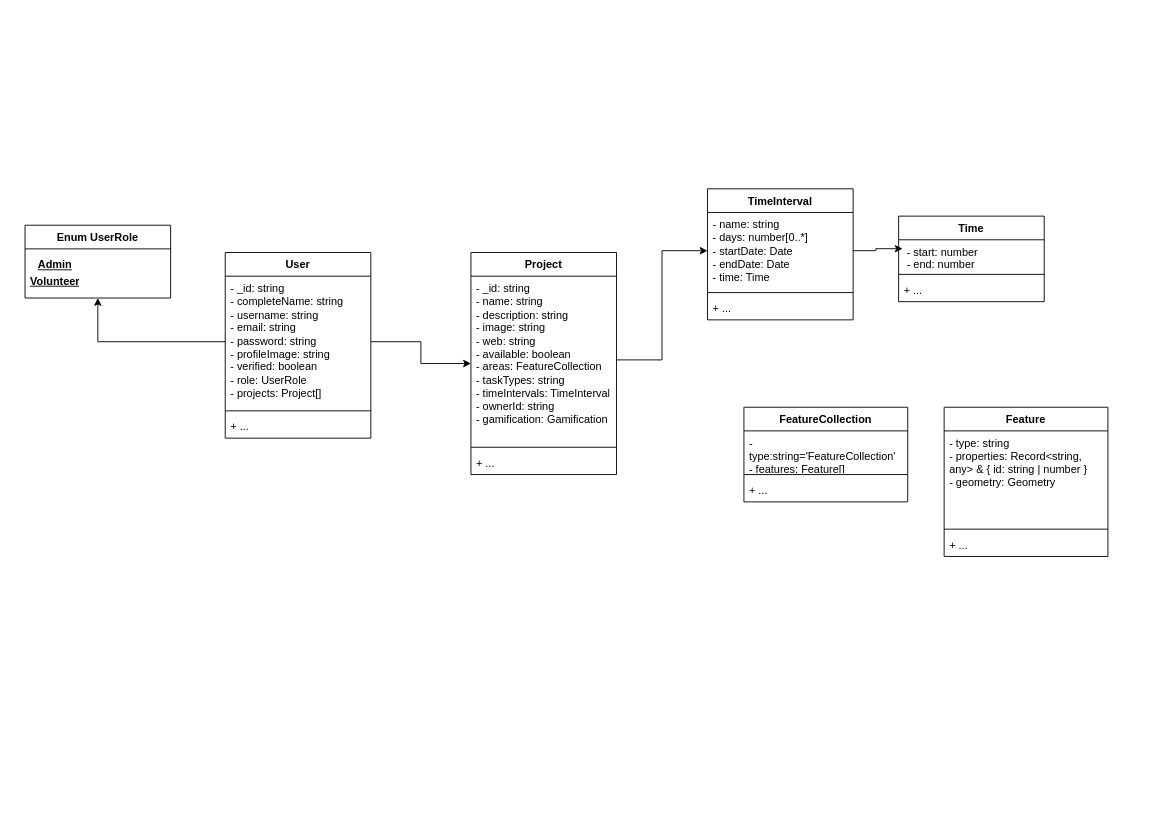
The draw.io diagram Rayuela_diagrams.drawio in nicolas-alv3/glistore-backend, before the edit. Source tidied: cells renumbered, new cells numbered last; positions are measured from the earlier drawing's top-left corner, leaving out a move shared by most shapes. Both pictures are drawn from the tidied source at 91%, with x=0, y=0 at pixel (25, 188).
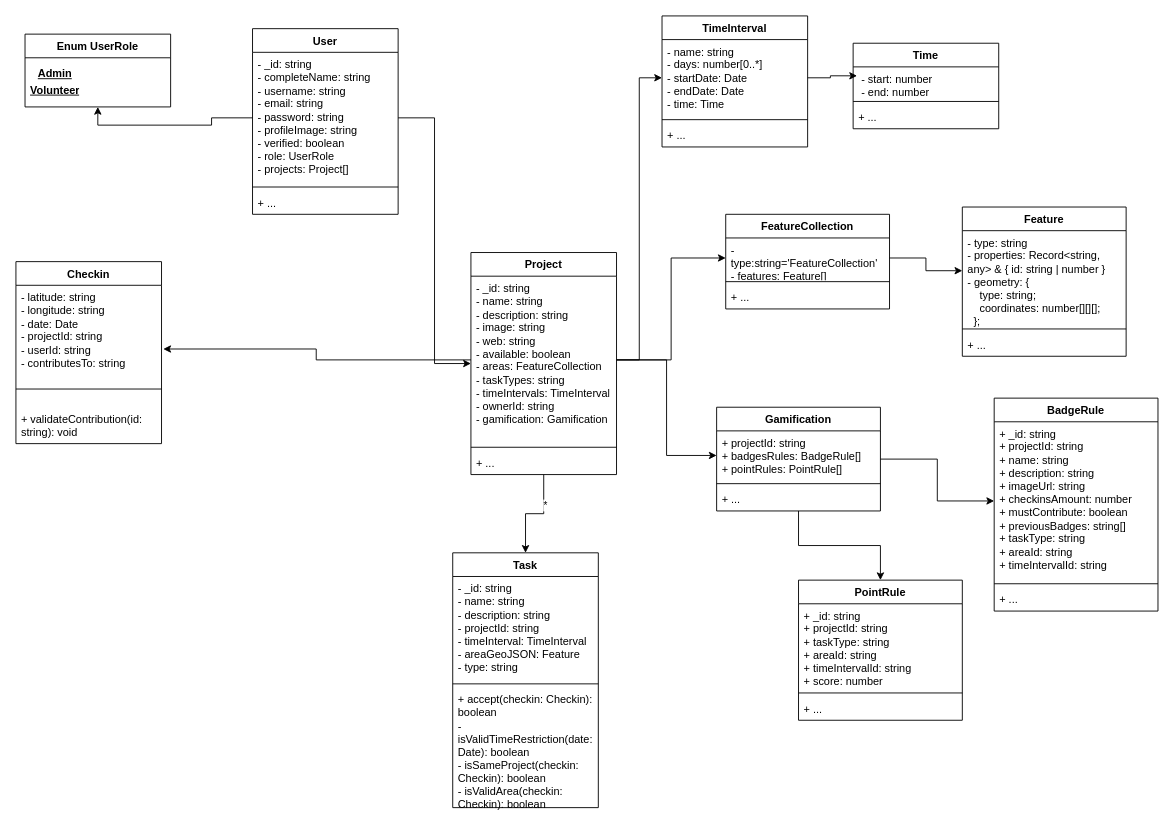
The same diagram, later.

The change refers to these unchanged cells:
```xml
<mxCell id="3" value="- _id: string&lt;br&gt;- completeName: string&lt;br&gt;- username: string&lt;br&gt;- email: string&lt;br&gt;- password: string&lt;br&gt;- profileImage: string&lt;div&gt;- verified: boolean&lt;br&gt;- role: UserRole&lt;br&gt;- projects: Project[]&lt;/div&gt;" style="text;strokeColor=none;fillColor=none;align=left;verticalAlign=top;spacingLeft=4;spacingRight=4;overflow=hidden;points=[[0,0.5],[1,0.5]];portConstraint=eastwest;whiteSpace=wrap;html=1;" parent="2" vertex="1">
  <mxGeometry y="26" width="160" height="144" as="geometry" />
</mxCell>
<mxCell id="9" value="Project" style="swimlane;fontStyle=1;align=center;verticalAlign=top;horizontal=1;startSize=26;whiteSpace=wrap;html=1;" parent="1" vertex="1">
  <mxGeometry x="490" y="70" width="160" height="244" as="geometry" />
</mxCell>
<mxCell id="10" value="&lt;div&gt;- _id: string&lt;/div&gt;&lt;div&gt;- name: string&lt;/div&gt;&lt;div&gt;- description: string&lt;/div&gt;&lt;div&gt;- image: string&lt;/div&gt;&lt;div&gt;- web: string&lt;/div&gt;&lt;div&gt;- available: boolean&lt;/div&gt;&lt;div&gt;- areas: FeatureCollection&lt;/div&gt;&lt;div&gt;- taskTypes: string&lt;/div&gt;&lt;div&gt;&lt;span style=&quot;background-color: initial;&quot;&gt;- timeIntervals: TimeInterval&lt;/span&gt;&lt;/div&gt;&lt;div&gt;- ownerId: string&lt;/div&gt;&lt;div&gt;- gamification: Gamification&lt;/div&gt;&lt;div&gt;&lt;br&gt;&lt;/div&gt;" style="text;strokeColor=none;fillColor=none;align=left;verticalAlign=top;spacingLeft=4;spacingRight=4;overflow=hidden;points=[[0,0.5],[1,0.5]];portConstraint=eastwest;whiteSpace=wrap;html=1;" parent="9" vertex="1">
  <mxGeometry y="26" width="160" height="184" as="geometry" />
</mxCell>
<mxCell id="25" value="&lt;div&gt;- type:string='FeatureCollection'&amp;nbsp;&lt;/div&gt;&lt;div&gt;- features: Feature[]&lt;/div&gt;" style="text;strokeColor=none;fillColor=none;align=left;verticalAlign=top;spacingLeft=4;spacingRight=4;overflow=hidden;points=[[0,0.5],[1,0.5]];portConstraint=eastwest;whiteSpace=wrap;html=1;" parent="24" vertex="1">
  <mxGeometry y="26" width="180" height="44" as="geometry" />
</mxCell>
```

What changed in the source:
```diff
@@
     <mxCell id="2" value="User" style="swimlane;fontStyle=1;align=center;verticalAlign=top;horizontal=1;startSize=26;whiteSpace=wrap;html=1;" parent="1" vertex="1">
-      <mxGeometry x="220" y="70" width="160" height="204" as="geometry" />
+      <mxGeometry x="250" y="-176" width="160" height="204" as="geometry" />
     </mxCell>
@@
     <mxCell id="6" value="Enum UserRole" style="swimlane;fontStyle=1;align=center;verticalAlign=top;horizontal=1;startSize=26;whiteSpace=wrap;html=1;" parent="1" vertex="1">
-      <mxGeometry y="40" width="160" height="80" as="geometry" />
+      <mxGeometry y="-170" width="160" height="80" as="geometry" />
     </mxCell>
@@
+    <mxCell id="32" style="edgeStyle=orthogonalEdgeStyle;rounded=0;jettySize=auto;html=1;entryX=0.5;entryY=0;entryDx=0;entryDy=0;" parent="1" edge="1" source="9" target="40">
+      <mxGeometry relative="1" as="geometry" />
+    </mxCell>
+    <mxCell id="33" value="*" style="edgeLabel;html=1;align=center;verticalAlign=middle;" parent="32" vertex="1">
+      <mxGeometry x="-0.35" y="1" relative="1" as="geometry">
+        <mxPoint y="-1" as="offset" />
+      </mxGeometry>
+    </mxCell>
@@
     <mxCell id="13" style="edgeStyle=orthogonalEdgeStyle;rounded=0;jettySize=auto;html=1;entryX=0;entryY=0.5;entryDx=0;entryDy=0;" parent="1" edge="1" source="3" target="9">
-      <mxGeometry relative="1" as="geometry" />
+      <mxGeometry relative="1" as="geometry">
+        <Array as="points">
+          <mxPoint x="450" y="-78" />
+          <mxPoint x="450" y="192" />
+        </Array>
+      </mxGeometry>
     </mxCell>
     <mxCell id="14" value="TimeInterval" style="swimlane;fontStyle=1;align=center;verticalAlign=top;horizontal=1;startSize=26;whiteSpace=wrap;html=1;" parent="1" vertex="1">
-      <mxGeometry x="750" width="160" height="144" as="geometry" />
+      <mxGeometry x="700" y="-190" width="160" height="144" as="geometry" />
     </mxCell>
@@
     <mxCell id="18" value="Time" style="swimlane;fontStyle=1;align=center;verticalAlign=top;horizontal=1;startSize=26;whiteSpace=wrap;html=1;" parent="1" vertex="1">
-      <mxGeometry x="960" y="30" width="160" height="94" as="geometry" />
+      <mxGeometry x="910" y="-160" width="160" height="94" as="geometry" />
     </mxCell>
@@
     <mxCell id="24" value="FeatureCollection" style="swimlane;fontStyle=1;align=center;verticalAlign=top;horizontal=1;startSize=26;whiteSpace=wrap;html=1;" parent="1" vertex="1">
-      <mxGeometry x="790" y="240" width="180" height="104" as="geometry" />
+      <mxGeometry x="770" y="28" width="180" height="104" as="geometry" />
     </mxCell>
@@
     <mxCell id="28" value="Feature" style="swimlane;fontStyle=1;align=center;verticalAlign=top;horizontal=1;startSize=26;whiteSpace=wrap;html=1;" parent="1" vertex="1">
-      <mxGeometry x="1010" y="240" width="180" height="164" as="geometry" />
+      <mxGeometry x="1030" y="20" width="180" height="164" as="geometry" />
     </mxCell>
-    <mxCell id="29" value="- type: string&amp;nbsp;&lt;div&gt;- properties: Record&amp;lt;string, any&amp;gt; &amp;amp; { id: string | number }&lt;br&gt;-&lt;span style=&quot;background-color: initial;&quot;&gt;&amp;nbsp;geometry: Geometry&lt;/span&gt;&lt;/div&gt;" style="text;strokeColor=none;fillColor=none;align=left;verticalAlign=top;spacingLeft=4;spacingRight=4;overflow=hidden;points=[[0,0.5],[1,0.5]];portConstraint=eastwest;whiteSpace=wrap;html=1;" parent="28" vertex="1">
+    <mxCell id="29" value="- type: string&amp;nbsp;&lt;div&gt;- properties: Record&amp;lt;string, any&amp;gt; &amp;amp; { id: string | number }&lt;br&gt;-&lt;span style=&quot;background-color: initial;&quot;&gt;&amp;nbsp;&lt;/span&gt;&lt;span style=&quot;background-color: initial;&quot;&gt;geometry: {&lt;/span&gt;&lt;/div&gt;&lt;div&gt;&amp;nbsp; &amp;nbsp; type: string;&lt;/div&gt;&lt;div&gt;&amp;nbsp; &amp;nbsp; coordinates: number[][][];&lt;/div&gt;&lt;div&gt;&amp;nbsp; };&lt;/div&gt;" style="text;strokeColor=none;fillColor=none;align=left;verticalAlign=top;spacingLeft=4;spacingRight=4;overflow=hidden;points=[[0,0.5],[1,0.5]];portConstraint=eastwest;whiteSpace=wrap;html=1;" parent="28" vertex="1">
       <mxGeometry y="26" width="180" height="104" as="geometry" />
     </mxCell>
@@
+    <mxCell id="34" style="edgeStyle=orthogonalEdgeStyle;rounded=0;jettySize=auto;html=1;" parent="1" edge="1" source="10" target="25">
+      <mxGeometry relative="1" as="geometry" />
+    </mxCell>
+    <mxCell id="35" style="edgeStyle=orthogonalEdgeStyle;rounded=0;jettySize=auto;html=1;entryX=0;entryY=0.423;entryDx=0;entryDy=0;entryPerimeter=0;" parent="1" edge="1" source="25" target="29">
+      <mxGeometry relative="1" as="geometry" />
+    </mxCell>
+    <mxCell id="36" value="Checkin" style="swimlane;fontStyle=1;align=center;verticalAlign=top;horizontal=1;startSize=26;whiteSpace=wrap;html=1;" parent="1" vertex="1">
+      <mxGeometry x="-10" y="80" width="160" height="200" as="geometry" />
+    </mxCell>
+    <mxCell id="37" value="&lt;div&gt;- latitude: string&lt;/div&gt;&lt;div&gt;- longitude: string&lt;/div&gt;&lt;div&gt;- date: Date&lt;/div&gt;&lt;div&gt;- projectId: string&lt;/div&gt;&lt;div&gt;- userId: string&lt;/div&gt;&lt;div&gt;- contributesTo: string&lt;/div&gt;" style="text;strokeColor=none;fillColor=none;align=left;verticalAlign=top;spacingLeft=4;spacingRight=4;overflow=hidden;points=[[0,0.5],[1,0.5]];portConstraint=eastwest;whiteSpace=wrap;html=1;" parent="36" vertex="1">
+      <mxGeometry y="26" width="160" height="94" as="geometry" />
+    </mxCell>
+    <mxCell id="38" style="line;strokeWidth=1;fillColor=none;align=left;verticalAlign=middle;spacingTop=-1;spacingLeft=3;spacingRight=3;labelPosition=right;strokeColor=inherit;" parent="36" vertex="1">
+      <mxGeometry y="120" width="160" height="40" as="geometry" />
+    </mxCell>
+    <mxCell id="39" value="&lt;div&gt;&lt;span style=&quot;background-color: initial;&quot;&gt;+ validateContribution(id: string): void&lt;/span&gt;&lt;/div&gt;&lt;div&gt;&lt;br&gt;&lt;/div&gt;" style="text;strokeColor=none;fillColor=none;align=left;verticalAlign=top;spacingLeft=4;spacingRight=4;overflow=hidden;whiteSpace=wrap;html=1;" parent="36" vertex="1">
+      <mxGeometry y="160" width="160" height="40" as="geometry" />
+    </mxCell>
+    <mxCell id="40" value="Task" style="swimlane;fontStyle=1;align=center;verticalAlign=top;horizontal=1;startSize=26;whiteSpace=wrap;html=1;" parent="1" vertex="1">
+      <mxGeometry x="470" y="400" width="160" height="280" as="geometry" />
+    </mxCell>
+    <mxCell id="41" value="&lt;div&gt;- _id: string&lt;/div&gt;&lt;div&gt;- name: string&lt;/div&gt;&lt;div&gt;- description: string&lt;/div&gt;&lt;div&gt;- projectId: string&lt;/div&gt;&lt;div&gt;- timeInterval: TimeInterval&lt;/div&gt;&lt;div&gt;- areaGeoJSON: Feature&lt;/div&gt;&lt;div&gt;- type: string&lt;/div&gt;&lt;div&gt;&lt;br&gt;&lt;/div&gt;" style="text;strokeColor=none;fillColor=none;align=left;verticalAlign=top;spacingLeft=4;spacingRight=4;overflow=hidden;whiteSpace=wrap;html=1;" parent="40" vertex="1">
+      <mxGeometry y="26" width="160" height="114" as="geometry" />
+    </mxCell>
+    <mxCell id="42" style="line;strokeWidth=1;fillColor=none;align=left;verticalAlign=middle;spacingTop=-1;spacingLeft=3;spacingRight=3;labelPosition=right;strokeColor=inherit;" parent="40" vertex="1">
+      <mxGeometry y="140" width="160" height="8" as="geometry" />
+    </mxCell>
+    <mxCell id="43" value="&lt;div&gt;&lt;span style=&quot;background-color: initial;&quot;&gt;+ accept(checkin: Checkin): boolean&lt;/span&gt;&lt;/div&gt;&lt;div&gt;- isValidTimeRestriction(date: Date): boolean&lt;/div&gt;&lt;div&gt;- isSameProject(checkin: Checkin): boolean&lt;/div&gt;&lt;div&gt;- isValidArea(checkin: Checkin): boolean&lt;/div&gt;&lt;div&gt;&lt;br&gt;&lt;/div&gt;" style="text;strokeColor=none;fillColor=none;align=left;verticalAlign=top;spacingLeft=4;spacingRight=4;overflow=hidden;whiteSpace=wrap;html=1;" parent="40" vertex="1">
+      <mxGeometry y="148" width="160" height="132" as="geometry" />
+    </mxCell>
+    <mxCell id="44" style="edgeStyle=orthogonalEdgeStyle;rounded=0;jettySize=auto;html=1;" parent="1" edge="1" source="46" target="52">
+      <mxGeometry relative="1" as="geometry" />
+    </mxCell>
+    <mxCell id="45" style="edgeStyle=orthogonalEdgeStyle;rounded=0;jettySize=auto;html=1;" parent="1" edge="1" source="46" target="55">
+      <mxGeometry relative="1" as="geometry" />
+    </mxCell>
+    <mxCell id="46" value="Gamification" style="swimlane;fontStyle=1;align=center;verticalAlign=top;horizontal=1;startSize=26;whiteSpace=wrap;html=1;" parent="1" vertex="1">
+      <mxGeometry x="760" y="240" width="180" height="114" as="geometry" />
+    </mxCell>
+    <mxCell id="47" value="&lt;div&gt;+ projectId: string&lt;/div&gt;&lt;div&gt;+ badgesRules: BadgeRule[]&lt;/div&gt;&lt;div&gt;+ pointRules: PointRule[]&lt;/div&gt;&lt;div&gt;&lt;br&gt;&lt;/div&gt;" style="text;strokeColor=none;fillColor=none;align=left;verticalAlign=top;spacingLeft=4;spacingRight=4;overflow=hidden;points=[[0,0.5],[1,0.5]];portConstraint=eastwest;whiteSpace=wrap;html=1;" parent="46" vertex="1">
+      <mxGeometry y="26" width="180" height="54" as="geometry" />
+    </mxCell>
+    <mxCell id="48" style="line;strokeWidth=1;fillColor=none;align=left;verticalAlign=middle;spacingTop=-1;spacingLeft=3;spacingRight=3;labelPosition=right;strokeColor=inherit;" parent="46" vertex="1">
+      <mxGeometry y="80" width="180" height="8" as="geometry" />
+    </mxCell>
+    <mxCell id="49" value="+ ...&lt;div&gt;&lt;br&gt;&lt;/div&gt;" style="text;strokeColor=none;fillColor=none;align=left;verticalAlign=top;spacingLeft=4;spacingRight=4;overflow=hidden;whiteSpace=wrap;html=1;" parent="46" vertex="1">
+      <mxGeometry y="88" width="180" height="26" as="geometry" />
+    </mxCell>
+    <mxCell id="50" style="edgeStyle=orthogonalEdgeStyle;rounded=0;jettySize=auto;html=1;entryX=0;entryY=0.5;entryDx=0;entryDy=0;" parent="1" edge="1" source="10" target="47">
+      <mxGeometry relative="1" as="geometry" />
+    </mxCell>
+    <mxCell id="51" value="BadgeRule" style="swimlane;fontStyle=1;align=center;verticalAlign=top;horizontal=1;startSize=26;whiteSpace=wrap;html=1;" parent="1" vertex="1">
+      <mxGeometry x="1065" y="230" width="180" height="234" as="geometry" />
+    </mxCell>
+    <mxCell id="52" value="&lt;div&gt;&lt;div&gt;+ _id: string&lt;/div&gt;&lt;div&gt;+ projectId: string&lt;/div&gt;&lt;div&gt;+ name: string&lt;/div&gt;&lt;div&gt;+ description: string&lt;/div&gt;&lt;div&gt;+ imageUrl: string&lt;/div&gt;&lt;div&gt;+ checkinsAmount: number&lt;/div&gt;&lt;div&gt;+ mustContribute: boolean&lt;/div&gt;&lt;div&gt;+ previousBadges: string[]&lt;/div&gt;&lt;div&gt;+ taskType: string&lt;/div&gt;&lt;div&gt;+ areaId: string&lt;/div&gt;&lt;div&gt;+ timeIntervalId: string&lt;/div&gt;&lt;/div&gt;&lt;div&gt;&lt;br&gt;&lt;/div&gt;" style="text;strokeColor=none;fillColor=none;align=left;verticalAlign=top;spacingLeft=4;spacingRight=4;overflow=hidden;points=[[0,0.5],[1,0.5]];portConstraint=eastwest;whiteSpace=wrap;html=1;" parent="51" vertex="1">
+      <mxGeometry y="26" width="180" height="174" as="geometry" />
+    </mxCell>
+    <mxCell id="53" style="line;strokeWidth=1;fillColor=none;align=left;verticalAlign=middle;spacingTop=-1;spacingLeft=3;spacingRight=3;labelPosition=right;strokeColor=inherit;" parent="51" vertex="1">
+      <mxGeometry y="200" width="180" height="8" as="geometry" />
+    </mxCell>
+    <mxCell id="54" value="+ ...&lt;div&gt;&lt;br&gt;&lt;/div&gt;" style="text;strokeColor=none;fillColor=none;align=left;verticalAlign=top;spacingLeft=4;spacingRight=4;overflow=hidden;whiteSpace=wrap;html=1;" parent="51" vertex="1">
+      <mxGeometry y="208" width="180" height="26" as="geometry" />
+    </mxCell>
+    <mxCell id="55" value="PointRule" style="swimlane;fontStyle=1;align=center;verticalAlign=top;horizontal=1;startSize=26;whiteSpace=wrap;html=1;" parent="1" vertex="1">
+      <mxGeometry x="850" y="430" width="180" height="154" as="geometry" />
+    </mxCell>
+    <mxCell id="56" value="&lt;div&gt;&lt;div&gt;&lt;div&gt;+ _id: string&lt;/div&gt;&lt;div&gt;+ projectId: string&lt;/div&gt;&lt;div&gt;+ taskType: string&lt;/div&gt;&lt;div&gt;+ areaId: string&lt;/div&gt;&lt;div&gt;+ timeIntervalId: string&lt;/div&gt;&lt;div&gt;+ score: number&lt;/div&gt;&lt;/div&gt;&lt;/div&gt;&lt;div&gt;&lt;br&gt;&lt;/div&gt;" style="text;strokeColor=none;fillColor=none;align=left;verticalAlign=top;spacingLeft=4;spacingRight=4;overflow=hidden;whiteSpace=wrap;html=1;" parent="55" vertex="1">
+      <mxGeometry y="26" width="180" height="94" as="geometry" />
+    </mxCell>
+    <mxCell id="57" style="line;strokeWidth=1;fillColor=none;align=left;verticalAlign=middle;spacingTop=-1;spacingLeft=3;spacingRight=3;labelPosition=right;strokeColor=inherit;" parent="55" vertex="1">
+      <mxGeometry y="120" width="180" height="8" as="geometry" />
+    </mxCell>
+    <mxCell id="58" value="+ ...&lt;div&gt;&lt;br&gt;&lt;/div&gt;" style="text;strokeColor=none;fillColor=none;align=left;verticalAlign=top;spacingLeft=4;spacingRight=4;overflow=hidden;whiteSpace=wrap;html=1;" parent="55" vertex="1">
+      <mxGeometry y="128" width="180" height="26" as="geometry" />
+    </mxCell>
+    <mxCell id="59" style="edgeStyle=orthogonalEdgeStyle;rounded=0;jettySize=auto;html=1;entryX=1.012;entryY=0.745;entryDx=0;entryDy=0;entryPerimeter=0;" parent="1" edge="1" source="10" target="37">
+      <mxGeometry relative="1" as="geometry" />
+    </mxCell>
```
